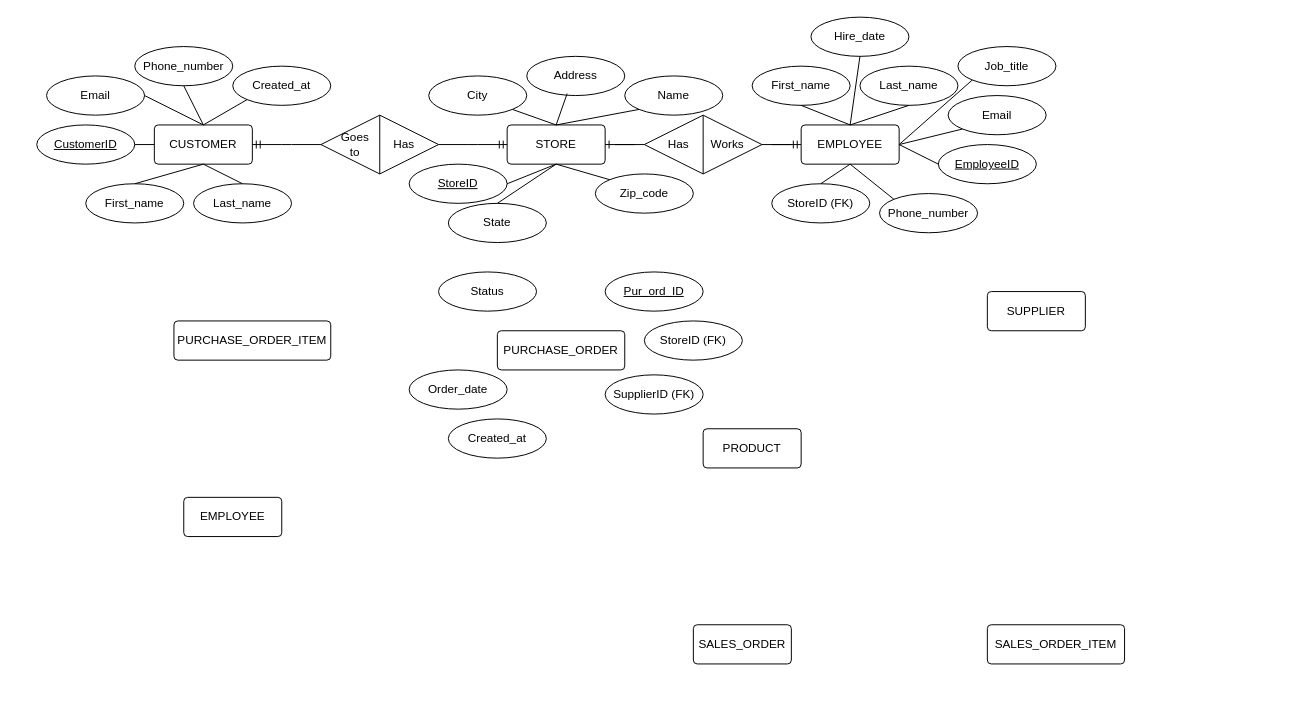
Shantanu-Barua/prt563_dbdesign keeps this draw.io diagram as diagrams/EER_563.drawio. Above is the earlier version. Source tidied: cells renumbered, new cells numbered last; positions are measured from the earlier drawing's top-left corner, leaving out a move shared by most shapes. Both pictures are drawn from the tidied source at 98%, with x=0, y=0 at pixel (36, 17).
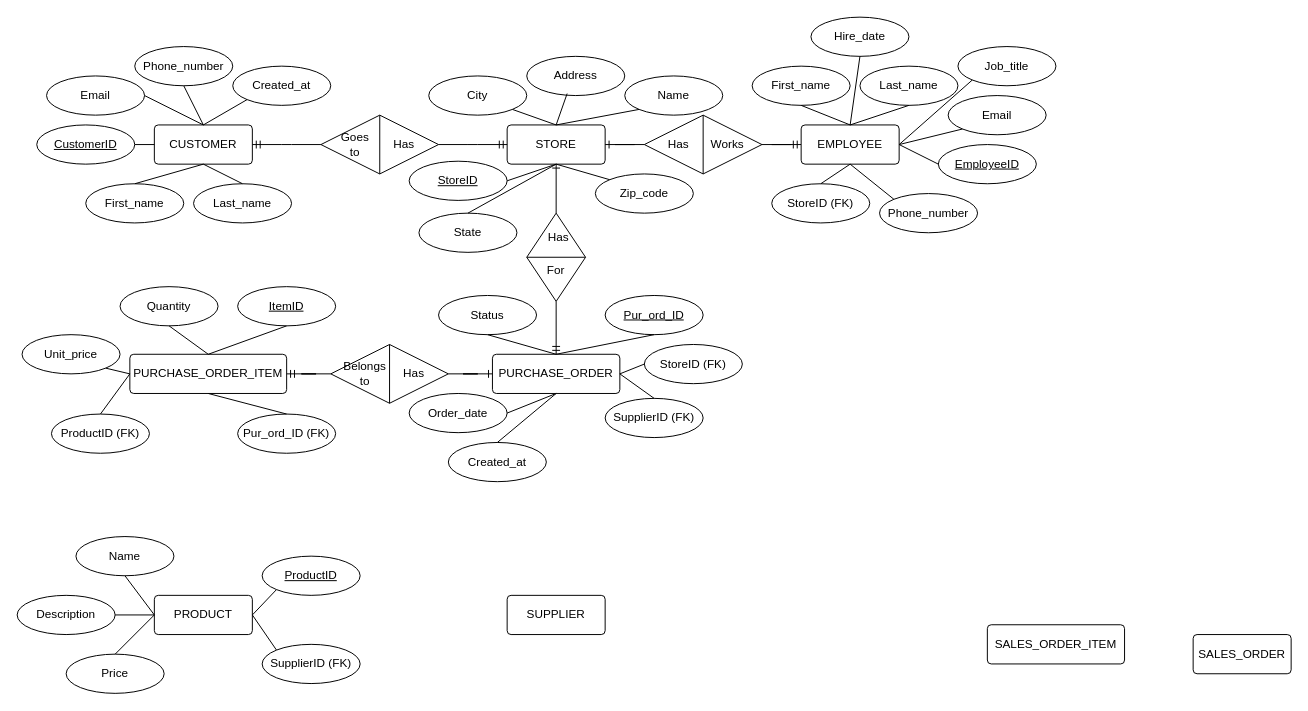
Above is the later version.

Unchanged cells that the change refers to:
```xml
<mxCell id="4" value="STORE" style="rounded=1;arcSize=10;whiteSpace=wrap;html=1;align=center;" parent="1" vertex="1">
  <mxGeometry x="480" y="110" width="100" height="40" as="geometry" />
</mxCell>
```

Change to the diagram source:
```diff
@@
-    <mxCell id="3" value="EMPLOYEE" style="rounded=1;arcSize=10;whiteSpace=wrap;html=1;align=center;" parent="1" vertex="1">
-      <mxGeometry x="150" y="490" width="100" height="40" as="geometry" />
-    </mxCell>
@@
     <mxCell id="5" value="PRODUCT" style="rounded=1;arcSize=10;whiteSpace=wrap;html=1;align=center;" parent="1" vertex="1">
-      <mxGeometry x="680" y="420" width="100" height="40" as="geometry" />
+      <mxGeometry x="120" y="590" width="100" height="40" as="geometry" />
     </mxCell>
     <mxCell id="6" value="SUPPLIER" style="rounded=1;arcSize=10;whiteSpace=wrap;html=1;align=center;" parent="1" vertex="1">
-      <mxGeometry x="970" y="280" width="100" height="40" as="geometry" />
+      <mxGeometry x="480" y="590" width="100" height="40" as="geometry" />
     </mxCell>
@@
     <mxCell id="8" value="SALES_ORDER" style="rounded=1;arcSize=10;whiteSpace=wrap;html=1;align=center;" parent="1" vertex="1">
-      <mxGeometry x="670" y="620" width="100" height="40" as="geometry" />
+      <mxGeometry x="1180" y="630" width="100" height="40" as="geometry" />
     </mxCell>
@@
     <mxCell id="24" value="&lt;u&gt;StoreID&lt;/u&gt;" style="ellipse;whiteSpace=wrap;html=1;align=center;" parent="1" vertex="1">
-      <mxGeometry x="380" y="150" width="100" height="40" as="geometry" />
+      <mxGeometry x="380" y="147" width="100" height="40" as="geometry" />
     </mxCell>
@@
     <mxCell id="27" value="State" style="ellipse;whiteSpace=wrap;html=1;align=center;" parent="1" vertex="1">
-      <mxGeometry x="420" y="190" width="100" height="40" as="geometry" />
+      <mxGeometry x="390" y="200" width="100" height="40" as="geometry" />
     </mxCell>
@@
     <mxCell id="64" value="PURCHASE_ORDER_ITEM" style="rounded=1;arcSize=10;whiteSpace=wrap;html=1;align=center;" parent="1" vertex="1">
-      <mxGeometry x="140" y="310" width="160" height="40" as="geometry" />
+      <mxGeometry x="95" y="344" width="160" height="40" as="geometry" />
     </mxCell>
     <mxCell id="65" value="PURCHASE_ORDER" style="rounded=1;arcSize=10;whiteSpace=wrap;html=1;align=center;" parent="1" vertex="1">
-      <mxGeometry x="470" y="320" width="130" height="40" as="geometry" />
+      <mxGeometry x="465" y="344" width="130" height="40" as="geometry" />
     </mxCell>
     <mxCell id="66" value="&lt;u&gt;Pur_ord_ID&lt;/u&gt;" style="ellipse;whiteSpace=wrap;html=1;align=center;" parent="1" vertex="1">
-      <mxGeometry x="580" y="260" width="100" height="40" as="geometry" />
+      <mxGeometry x="580" y="284" width="100" height="40" as="geometry" />
     </mxCell>
     <mxCell id="67" value="Status" style="ellipse;whiteSpace=wrap;html=1;align=center;" parent="1" vertex="1">
-      <mxGeometry x="410" y="260" width="100" height="40" as="geometry" />
+      <mxGeometry x="410" y="284" width="100" height="40" as="geometry" />
     </mxCell>
     <mxCell id="68" value="StoreID (FK)" style="ellipse;whiteSpace=wrap;html=1;align=center;" parent="1" vertex="1">
-      <mxGeometry x="620" y="310" width="100" height="40" as="geometry" />
+      <mxGeometry x="620" y="334" width="100" height="40" as="geometry" />
     </mxCell>
     <mxCell id="69" value="SupplierID (FK)" style="ellipse;whiteSpace=wrap;html=1;align=center;" parent="1" vertex="1">
-      <mxGeometry x="580" y="365" width="100" height="40" as="geometry" />
+      <mxGeometry x="580" y="389" width="100" height="40" as="geometry" />
     </mxCell>
     <mxCell id="70" value="Order_date" style="ellipse;whiteSpace=wrap;html=1;align=center;" parent="1" vertex="1">
-      <mxGeometry x="380" y="360" width="100" height="40" as="geometry" />
+      <mxGeometry x="380" y="384" width="100" height="40" as="geometry" />
     </mxCell>
     <mxCell id="71" value="Created_at" style="ellipse;whiteSpace=wrap;html=1;align=center;" parent="1" vertex="1">
-      <mxGeometry x="420" y="410" width="100" height="40" as="geometry" />
+      <mxGeometry x="420" y="434" width="100" height="40" as="geometry" />
     </mxCell>
+    <mxCell id="72" style="endArrow=none;html=1;rounded=0;exitX=0.5;exitY=0;exitDx=0;exitDy=0;entryX=0.5;entryY=1;entryDx=0;entryDy=0;" parent="1" edge="1" source="65" target="67">
+      <mxGeometry relative="1" as="geometry" />
+    </mxCell>
+    <mxCell id="73" style="endArrow=none;html=1;rounded=0;exitX=0.5;exitY=0;exitDx=0;exitDy=0;entryX=0.5;entryY=1;entryDx=0;entryDy=0;" parent="1" edge="1" source="65" target="66">
+      <mxGeometry relative="1" as="geometry" />
+    </mxCell>
+    <mxCell id="74" style="endArrow=none;html=1;rounded=0;exitX=1;exitY=0.5;exitDx=0;exitDy=0;entryX=0;entryY=0.5;entryDx=0;entryDy=0;" parent="1" edge="1" source="65" target="68">
+      <mxGeometry relative="1" as="geometry" />
+    </mxCell>
+    <mxCell id="75" style="endArrow=none;html=1;rounded=0;exitX=1;exitY=0.5;exitDx=0;exitDy=0;entryX=0.5;entryY=0;entryDx=0;entryDy=0;" parent="1" edge="1" source="65" target="69">
+      <mxGeometry relative="1" as="geometry" />
+    </mxCell>
+    <mxCell id="76" style="endArrow=none;html=1;rounded=0;exitX=0.5;exitY=1;exitDx=0;exitDy=0;entryX=0.5;entryY=0;entryDx=0;entryDy=0;" parent="1" edge="1" source="65" target="71">
+      <mxGeometry relative="1" as="geometry" />
+    </mxCell>
+    <mxCell id="77" style="endArrow=none;html=1;rounded=0;exitX=0.5;exitY=1;exitDx=0;exitDy=0;entryX=1;entryY=0.5;entryDx=0;entryDy=0;" parent="1" edge="1" source="65" target="70">
+      <mxGeometry relative="1" as="geometry" />
+    </mxCell>
+    <mxCell id="78" style="group;rotation=90;" parent="1" vertex="1">
+      <mxGeometry x="470" y="200" width="120" height="75" as="geometry" />
+    </mxCell>
+    <mxCell id="79" style="shape=rhombus;perimeter=rhombusPerimeter;whiteSpace=wrap;html=1;align=center;rotation=90;" parent="78" vertex="1">
+      <mxGeometry x="15" y="15" width="90" height="60" as="geometry" />
+    </mxCell>
+    <mxCell id="80" value="For" style="rounded=0;whiteSpace=wrap;html=1;fillColor=none;strokeColor=none;rotation=0;" parent="78" vertex="1">
+      <mxGeometry x="45" y="49" width="30" height="20" as="geometry" />
+    </mxCell>
+    <mxCell id="81" value="Has" style="rounded=0;whiteSpace=wrap;html=1;fillColor=none;strokeColor=none;rotation=0;" parent="78" vertex="1">
+      <mxGeometry x="45" y="10" width="35" height="30" as="geometry" />
+    </mxCell>
+    <mxCell id="82" style="endArrow=none;html=1;rounded=0;exitX=0.5;exitY=0;exitDx=0;exitDy=0;entryX=0.5;entryY=1;entryDx=0;entryDy=0;" parent="78" edge="1" source="79" target="79">
+      <mxGeometry relative="1" as="geometry" />
+    </mxCell>
+    <mxCell id="83" style="fontSize=12;html=1;endArrow=ERone;rounded=0;endFill=0;exitX=0;exitY=0.5;exitDx=0;exitDy=0;entryX=0.5;entryY=1;entryDx=0;entryDy=0;" parent="1" edge="1" source="79" target="4">
+      <mxGeometry relative="1" as="geometry" />
+    </mxCell>
+    <mxCell id="84" style="fontSize=12;html=1;endArrow=ERmandOne;endFill=0;rounded=0;entryX=0.5;entryY=0;entryDx=0;entryDy=0;exitX=1;exitY=0.5;exitDx=0;exitDy=0;" parent="1" edge="1" source="79" target="65">
+      <mxGeometry relative="1" as="geometry" />
+    </mxCell>
+    <mxCell id="85" value="&lt;u&gt;ItemID&lt;/u&gt;" style="ellipse;whiteSpace=wrap;html=1;align=center;" parent="1" vertex="1">
+      <mxGeometry x="205" y="275" width="100" height="40" as="geometry" />
+    </mxCell>
+    <mxCell id="86" value="Pur_ord_ID (FK)" style="ellipse;whiteSpace=wrap;html=1;align=center;" parent="1" vertex="1">
+      <mxGeometry x="205" y="405" width="100" height="40" as="geometry" />
+    </mxCell>
+    <mxCell id="87" value="ProductID (FK)" style="ellipse;whiteSpace=wrap;html=1;align=center;" parent="1" vertex="1">
+      <mxGeometry x="15" y="405" width="100" height="40" as="geometry" />
+    </mxCell>
+    <mxCell id="88" value="Quantity" style="ellipse;whiteSpace=wrap;html=1;align=center;" parent="1" vertex="1">
+      <mxGeometry x="85" y="275" width="100" height="40" as="geometry" />
+    </mxCell>
+    <mxCell id="89" value="Unit_price" style="ellipse;whiteSpace=wrap;html=1;align=center;" parent="1" vertex="1">
+      <mxGeometry x="-15" y="324" width="100" height="40" as="geometry" />
+    </mxCell>
+    <mxCell id="90" style="endArrow=none;html=1;rounded=0;exitX=0.5;exitY=0;exitDx=0;exitDy=0;entryX=0.5;entryY=1;entryDx=0;entryDy=0;" parent="1" edge="1" source="64" target="85">
+      <mxGeometry relative="1" as="geometry" />
+    </mxCell>
+    <mxCell id="91" style="endArrow=none;html=1;rounded=0;entryX=0.5;entryY=1;entryDx=0;entryDy=0;exitX=0.5;exitY=0;exitDx=0;exitDy=0;" parent="1" edge="1" source="64" target="88">
+      <mxGeometry relative="1" as="geometry" />
+    </mxCell>
+    <mxCell id="92" style="endArrow=none;html=1;rounded=0;entryX=1;entryY=1;entryDx=0;entryDy=0;exitX=0;exitY=0.5;exitDx=0;exitDy=0;" parent="1" edge="1" source="64" target="89">
+      <mxGeometry relative="1" as="geometry" />
+    </mxCell>
+    <mxCell id="93" style="endArrow=none;html=1;rounded=0;entryX=0.5;entryY=0;entryDx=0;entryDy=0;exitX=0;exitY=0.5;exitDx=0;exitDy=0;" parent="1" edge="1" source="64" target="87">
+      <mxGeometry relative="1" as="geometry" />
+    </mxCell>
+    <mxCell id="94" style="endArrow=none;html=1;rounded=0;entryX=0.5;entryY=0;entryDx=0;entryDy=0;exitX=0.5;exitY=1;exitDx=0;exitDy=0;" parent="1" edge="1" source="64" target="86">
+      <mxGeometry relative="1" as="geometry" />
+    </mxCell>
+    <mxCell id="95" style="group;" parent="1" vertex="1">
+      <mxGeometry x="300" y="334" width="120" height="60" as="geometry" />
+    </mxCell>
+    <mxCell id="96" style="shape=rhombus;perimeter=rhombusPerimeter;whiteSpace=wrap;html=1;align=center;" parent="95" vertex="1">
+      <mxGeometry width="120" height="60" as="geometry" />
+    </mxCell>
+    <mxCell id="97" value="Has" style="rounded=0;whiteSpace=wrap;html=1;fillColor=none;strokeColor=none;" parent="95" vertex="1">
+      <mxGeometry x="70" y="20" width="30" height="20" as="geometry" />
+    </mxCell>
+    <mxCell id="98" value="Belongs to" style="rounded=0;whiteSpace=wrap;html=1;fillColor=none;strokeColor=none;" parent="95" vertex="1">
+      <mxGeometry x="20" y="20" width="30" height="20" as="geometry" />
+    </mxCell>
+    <mxCell id="99" style="endArrow=none;html=1;rounded=0;exitX=0.5;exitY=0;exitDx=0;exitDy=0;entryX=0.5;entryY=1;entryDx=0;entryDy=0;" parent="95" edge="1" source="96" target="96">
+      <mxGeometry relative="1" as="geometry" />
+    </mxCell>
+    <mxCell id="100" style="edgeStyle=entityRelationEdgeStyle;fontSize=12;html=1;endArrow=ERmandOne;rounded=0;entryX=1;entryY=0.5;entryDx=0;entryDy=0;exitX=0;exitY=0.5;exitDx=0;exitDy=0;" parent="1" edge="1" source="96" target="64">
+      <mxGeometry relative="1" as="geometry">
+        <Array as="points">
+          <mxPoint x="620" y="300" />
+          <mxPoint x="590" y="320" />
+          <mxPoint x="630" y="300" />
+          <mxPoint x="610" y="310" />
+          <mxPoint x="620" y="210" />
+          <mxPoint x="690" y="200" />
+          <mxPoint x="590" y="340" />
+          <mxPoint x="610" y="300" />
+          <mxPoint x="600" y="290" />
+          <mxPoint x="600" y="340" />
+        </Array>
+      </mxGeometry>
+    </mxCell>
+    <mxCell id="101" style="edgeStyle=entityRelationEdgeStyle;fontSize=12;html=1;endArrow=ERone;rounded=0;entryX=0;entryY=0.5;entryDx=0;entryDy=0;exitX=1;exitY=0.5;exitDx=0;exitDy=0;endFill=0;" parent="1" edge="1" source="96" target="65">
+      <mxGeometry relative="1" as="geometry">
+        <Array as="points">
+          <mxPoint x="720" y="330" />
+          <mxPoint x="690" y="350" />
+          <mxPoint x="730" y="330" />
+          <mxPoint x="710" y="340" />
+          <mxPoint x="720" y="240" />
+          <mxPoint x="790" y="230" />
+          <mxPoint x="690" y="370" />
+          <mxPoint x="710" y="330" />
+          <mxPoint x="700" y="320" />
+          <mxPoint x="700" y="370" />
+        </Array>
+      </mxGeometry>
+    </mxCell>
+    <mxCell id="102" value="&lt;u&gt;ProductID&lt;/u&gt;" style="ellipse;whiteSpace=wrap;html=1;align=center;" parent="1" vertex="1">
+      <mxGeometry x="230" y="550" width="100" height="40" as="geometry" />
+    </mxCell>
+    <mxCell id="103" value="SupplierID (FK)" style="ellipse;whiteSpace=wrap;html=1;align=center;" parent="1" vertex="1">
+      <mxGeometry x="230" y="640" width="100" height="40" as="geometry" />
+    </mxCell>
+    <mxCell id="104" value="Name" style="ellipse;whiteSpace=wrap;html=1;align=center;" parent="1" vertex="1">
+      <mxGeometry x="40" y="530" width="100" height="40" as="geometry" />
+    </mxCell>
+    <mxCell id="105" value="Description" style="ellipse;whiteSpace=wrap;html=1;align=center;" parent="1" vertex="1">
+      <mxGeometry x="-20" y="590" width="100" height="40" as="geometry" />
+    </mxCell>
+    <mxCell id="106" value="Price" style="ellipse;whiteSpace=wrap;html=1;align=center;" parent="1" vertex="1">
+      <mxGeometry x="30" y="650" width="100" height="40" as="geometry" />
+    </mxCell>
+    <mxCell id="107" style="endArrow=none;html=1;rounded=0;entryX=0;entryY=0.5;entryDx=0;entryDy=0;exitX=0.5;exitY=1;exitDx=0;exitDy=0;" parent="1" edge="1" source="104" target="5">
+      <mxGeometry relative="1" as="geometry" />
+    </mxCell>
+    <mxCell id="108" style="endArrow=none;html=1;rounded=0;entryX=0;entryY=0.5;entryDx=0;entryDy=0;exitX=1;exitY=0.5;exitDx=0;exitDy=0;" parent="1" edge="1" source="105" target="5">
+      <mxGeometry relative="1" as="geometry" />
+    </mxCell>
+    <mxCell id="109" style="endArrow=none;html=1;rounded=0;entryX=0.5;entryY=0;entryDx=0;entryDy=0;exitX=0;exitY=0.5;exitDx=0;exitDy=0;" parent="1" edge="1" source="5" target="106">
+      <mxGeometry relative="1" as="geometry" />
+    </mxCell>
+    <mxCell id="110" style="endArrow=none;html=1;rounded=0;entryX=0;entryY=0;entryDx=0;entryDy=0;exitX=1;exitY=0.5;exitDx=0;exitDy=0;" parent="1" edge="1" source="5" target="103">
+      <mxGeometry relative="1" as="geometry" />
+    </mxCell>
+    <mxCell id="111" style="endArrow=none;html=1;rounded=0;entryX=1;entryY=0.5;entryDx=0;entryDy=0;exitX=0;exitY=1;exitDx=0;exitDy=0;" parent="1" edge="1" source="102" target="5">
+      <mxGeometry relative="1" as="geometry" />
+    </mxCell>
```
